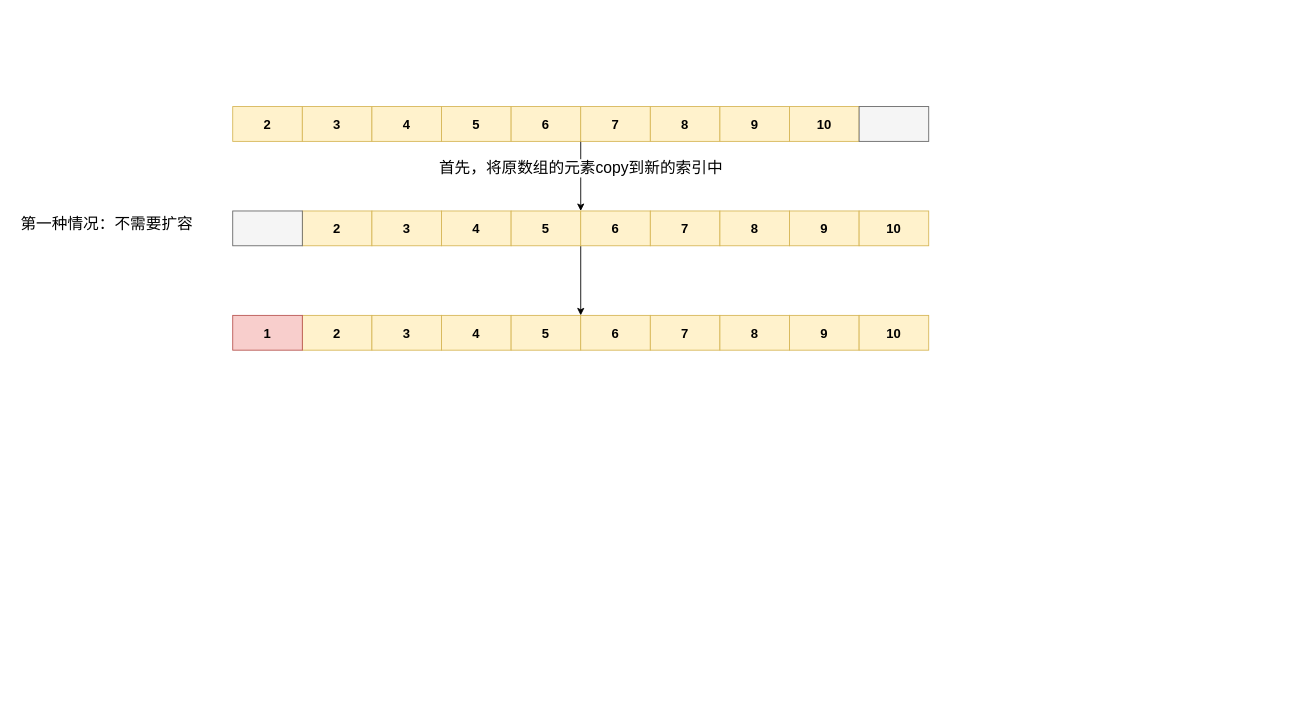
The draw.io diagram typora/JavaSE/6 集合/drawio/ArrayList尾部新增元素.drawio in LDChing0321/JavaLearn, before the edit. Source tidied: cells renumbered, new cells numbered last; positions are measured from the earlier drawing's top-left corner, leaving out a move shared by most shapes. Both pictures are drawn from the tidied source at 87%, with x=0, y=0 at pixel (15, 106).
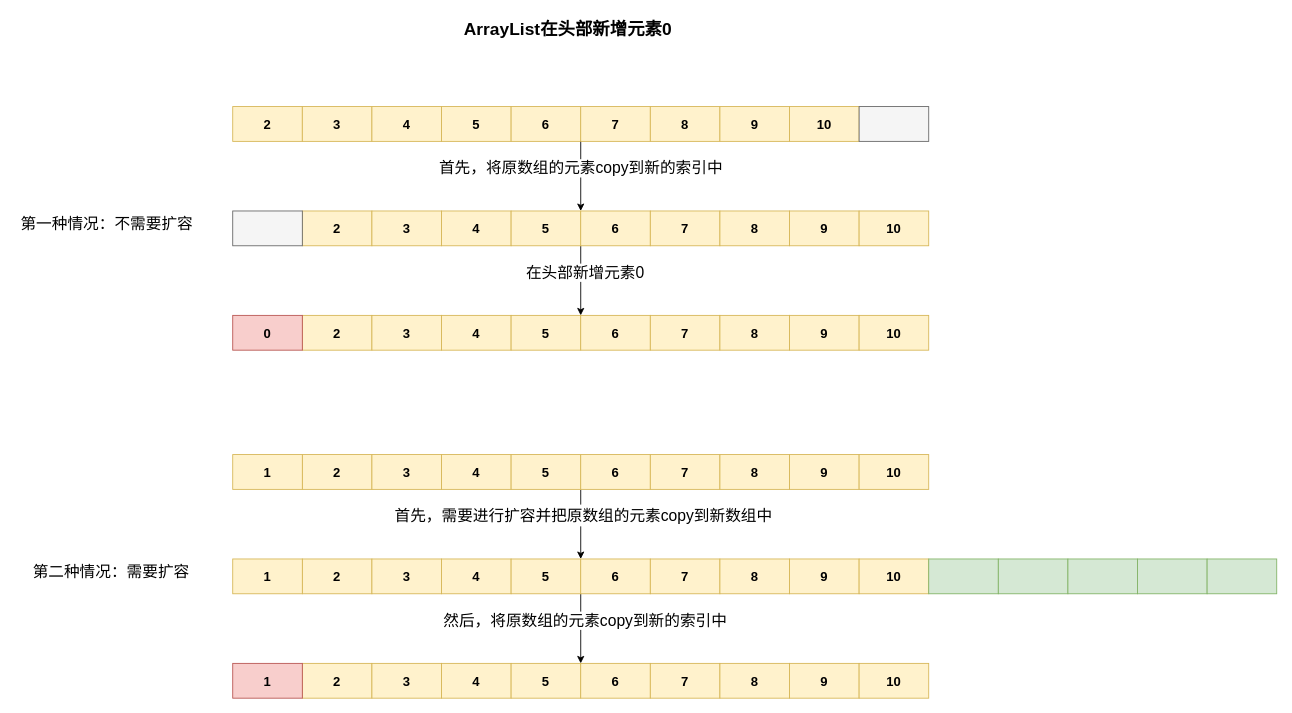
Above is the later version.

Commit message (it also covers changes not shown here):
Update ArrayList尾部新增元素.drawio

Unchanged cells that the change refers to:
```xml
<mxCell id="18" style="edgeStyle=orthogonalEdgeStyle;rounded=0;jettySize=auto;html=1;exitX=1;exitY=1;exitDx=0;exitDy=0;entryX=0;entryY=0;entryDx=0;entryDy=0;fontSize=15;" parent="1" edge="1" source="19" target="30">
  <mxGeometry relative="1" as="geometry" />
</mxCell>
```

Diff of the diagram source:
```diff
@@
+    <mxCell id="37" value="在头部新增元素0" style="edgeLabel;html=1;align=center;verticalAlign=middle;fontSize=18;" parent="18" vertex="1">
+      <mxGeometry x="-0.25" y="4" relative="1" as="geometry" />
+    </mxCell>
@@
-    <mxCell id="35" value="1" style="rounded=0;whiteSpace=wrap;html=1;fontStyle=1;fontSize=15;fillColor=#f8cecc;strokeColor=#b85450;" parent="1" vertex="1">
+    <mxCell id="35" value="0" style="rounded=0;whiteSpace=wrap;html=1;fontStyle=1;fontSize=15;fillColor=#f8cecc;strokeColor=#b85450;" parent="1" vertex="1">
       <mxGeometry x="250" y="240" width="80" height="40" as="geometry" />
     </mxCell>
@@
+    <mxCell id="38" value="ArrayList在头部新增元素0" style="text;html=1;align=center;verticalAlign=middle;strokeColor=none;fontSize=20;fontStyle=1;" parent="1" vertex="1">
+      <mxGeometry x="510" y="-105" width="250" height="30" as="geometry" />
+    </mxCell>
+    <mxCell id="39" value="&lt;font style=&quot;vertical-align: inherit; font-size: 15px;&quot;&gt;&lt;font style=&quot;vertical-align: inherit; font-size: 15px;&quot;&gt;2&lt;/font&gt;&lt;/font&gt;" style="rounded=0;whiteSpace=wrap;html=1;fontStyle=1;fontSize=15;fillColor=#fff2cc;strokeColor=#d6b656;" parent="1" vertex="1">
+      <mxGeometry x="330" y="400" width="80" height="40" as="geometry" />
+    </mxCell>
+    <mxCell id="40" value="3" style="rounded=0;whiteSpace=wrap;html=1;fontStyle=1;fontSize=15;fillColor=#fff2cc;strokeColor=#d6b656;" parent="1" vertex="1">
+      <mxGeometry x="410" y="400" width="80" height="40" as="geometry" />
+    </mxCell>
+    <mxCell id="41" value="4" style="rounded=0;whiteSpace=wrap;html=1;fontStyle=1;fontSize=15;fillColor=#fff2cc;strokeColor=#d6b656;" parent="1" vertex="1">
+      <mxGeometry x="490" y="400" width="80" height="40" as="geometry" />
+    </mxCell>
+    <mxCell id="42" style="edgeStyle=orthogonalEdgeStyle;rounded=0;jettySize=auto;html=1;exitX=1;exitY=1;exitDx=0;exitDy=0;entryX=1;entryY=0;entryDx=0;entryDy=0;fontSize=20;" parent="1" edge="1" source="44" target="56">
+      <mxGeometry relative="1" as="geometry" />
+    </mxCell>
+    <mxCell id="43" value="&lt;span style=&quot;font-size: 18px&quot;&gt;首先，需要进行扩容并把原数组的元素copy到新数组中&lt;/span&gt;" style="edgeLabel;html=1;align=center;verticalAlign=middle;fontSize=20;" parent="42" vertex="1">
+      <mxGeometry x="-0.27" y="2" relative="1" as="geometry" />
+    </mxCell>
+    <mxCell id="44" value="5" style="rounded=0;whiteSpace=wrap;html=1;fontStyle=1;fontSize=15;fillColor=#fff2cc;strokeColor=#d6b656;" parent="1" vertex="1">
+      <mxGeometry x="570" y="400" width="80" height="40" as="geometry" />
+    </mxCell>
+    <mxCell id="45" value="6" style="rounded=0;whiteSpace=wrap;html=1;fontStyle=1;fontSize=15;fillColor=#fff2cc;strokeColor=#d6b656;" parent="1" vertex="1">
+      <mxGeometry x="650" y="400" width="80" height="40" as="geometry" />
+    </mxCell>
+    <mxCell id="46" value="7" style="rounded=0;whiteSpace=wrap;html=1;fontStyle=1;fontSize=15;fillColor=#fff2cc;strokeColor=#d6b656;" parent="1" vertex="1">
+      <mxGeometry x="730" y="400" width="80" height="40" as="geometry" />
+    </mxCell>
+    <mxCell id="47" value="8" style="rounded=0;whiteSpace=wrap;html=1;fontStyle=1;fontSize=15;fillColor=#fff2cc;strokeColor=#d6b656;" parent="1" vertex="1">
+      <mxGeometry x="810" y="400" width="80" height="40" as="geometry" />
+    </mxCell>
+    <mxCell id="48" value="9" style="rounded=0;whiteSpace=wrap;html=1;fontStyle=1;fontSize=15;fillColor=#fff2cc;strokeColor=#d6b656;" parent="1" vertex="1">
+      <mxGeometry x="890" y="400" width="80" height="40" as="geometry" />
+    </mxCell>
+    <mxCell id="49" value="&lt;font style=&quot;vertical-align: inherit; font-size: 15px;&quot;&gt;&lt;font style=&quot;vertical-align: inherit; font-size: 15px;&quot;&gt;10&lt;/font&gt;&lt;/font&gt;" style="rounded=0;whiteSpace=wrap;html=1;fontStyle=1;fontSize=15;fillColor=#fff2cc;strokeColor=#d6b656;" parent="1" vertex="1">
+      <mxGeometry x="970" y="400" width="80" height="40" as="geometry" />
+    </mxCell>
+    <mxCell id="50" value="1" style="rounded=0;whiteSpace=wrap;html=1;fontStyle=1;fontSize=15;fillColor=#fff2cc;strokeColor=#d6b656;" parent="1" vertex="1">
+      <mxGeometry x="250" y="400" width="80" height="40" as="geometry" />
+    </mxCell>
+    <mxCell id="51" value="&lt;font style=&quot;vertical-align: inherit; font-size: 15px;&quot;&gt;&lt;font style=&quot;vertical-align: inherit; font-size: 15px;&quot;&gt;2&lt;/font&gt;&lt;/font&gt;" style="rounded=0;whiteSpace=wrap;html=1;fontStyle=1;fontSize=15;fillColor=#fff2cc;strokeColor=#d6b656;" parent="1" vertex="1">
+      <mxGeometry x="330" y="520" width="80" height="40" as="geometry" />
+    </mxCell>
+    <mxCell id="52" value="3" style="rounded=0;whiteSpace=wrap;html=1;fontStyle=1;fontSize=15;fillColor=#fff2cc;strokeColor=#d6b656;" parent="1" vertex="1">
+      <mxGeometry x="410" y="520" width="80" height="40" as="geometry" />
+    </mxCell>
+    <mxCell id="53" value="4" style="rounded=0;whiteSpace=wrap;html=1;fontStyle=1;fontSize=15;fillColor=#fff2cc;strokeColor=#d6b656;" parent="1" vertex="1">
+      <mxGeometry x="490" y="520" width="80" height="40" as="geometry" />
+    </mxCell>
+    <mxCell id="54" style="edgeStyle=orthogonalEdgeStyle;rounded=0;jettySize=auto;html=1;exitX=1;exitY=1;exitDx=0;exitDy=0;entryX=0;entryY=0;entryDx=0;entryDy=0;fontSize=15;" parent="1" edge="1" source="56" target="67">
+      <mxGeometry relative="1" as="geometry" />
+    </mxCell>
+    <mxCell id="55" value="然后，将原数组的元素copy到新的索引中" style="edgeLabel;html=1;align=center;verticalAlign=middle;fontSize=18;" parent="54" vertex="1">
+      <mxGeometry x="-0.25" y="4" relative="1" as="geometry" />
+    </mxCell>
+    <mxCell id="56" value="5" style="rounded=0;whiteSpace=wrap;html=1;fontStyle=1;fontSize=15;fillColor=#fff2cc;strokeColor=#d6b656;" parent="1" vertex="1">
+      <mxGeometry x="570" y="520" width="80" height="40" as="geometry" />
+    </mxCell>
+    <mxCell id="57" value="6" style="rounded=0;whiteSpace=wrap;html=1;fontStyle=1;fontSize=15;fillColor=#fff2cc;strokeColor=#d6b656;" parent="1" vertex="1">
+      <mxGeometry x="650" y="520" width="80" height="40" as="geometry" />
+    </mxCell>
+    <mxCell id="58" value="7" style="rounded=0;whiteSpace=wrap;html=1;fontStyle=1;fontSize=15;fillColor=#fff2cc;strokeColor=#d6b656;" parent="1" vertex="1">
+      <mxGeometry x="730" y="520" width="80" height="40" as="geometry" />
+    </mxCell>
+    <mxCell id="59" value="8" style="rounded=0;whiteSpace=wrap;html=1;fontStyle=1;fontSize=15;fillColor=#fff2cc;strokeColor=#d6b656;" parent="1" vertex="1">
+      <mxGeometry x="810" y="520" width="80" height="40" as="geometry" />
+    </mxCell>
+    <mxCell id="60" value="9" style="rounded=0;whiteSpace=wrap;html=1;fontStyle=1;fontSize=15;fillColor=#fff2cc;strokeColor=#d6b656;" parent="1" vertex="1">
+      <mxGeometry x="890" y="520" width="80" height="40" as="geometry" />
+    </mxCell>
+    <mxCell id="61" value="&lt;font style=&quot;vertical-align: inherit; font-size: 15px;&quot;&gt;&lt;font style=&quot;vertical-align: inherit; font-size: 15px;&quot;&gt;10&lt;/font&gt;&lt;/font&gt;" style="rounded=0;whiteSpace=wrap;html=1;fontStyle=1;fontSize=15;fillColor=#fff2cc;strokeColor=#d6b656;" parent="1" vertex="1">
+      <mxGeometry x="970" y="520" width="80" height="40" as="geometry" />
+    </mxCell>
+    <mxCell id="62" value="1" style="rounded=0;whiteSpace=wrap;html=1;fontStyle=1;fontSize=15;fillColor=#fff2cc;strokeColor=#d6b656;" parent="1" vertex="1">
+      <mxGeometry x="250" y="520" width="80" height="40" as="geometry" />
+    </mxCell>
+    <mxCell id="63" value="&lt;font style=&quot;vertical-align: inherit; font-size: 15px;&quot;&gt;&lt;font style=&quot;vertical-align: inherit; font-size: 15px;&quot;&gt;2&lt;/font&gt;&lt;/font&gt;" style="rounded=0;whiteSpace=wrap;html=1;fontStyle=1;fontSize=15;fillColor=#fff2cc;strokeColor=#d6b656;" parent="1" vertex="1">
+      <mxGeometry x="330" y="640" width="80" height="40" as="geometry" />
+    </mxCell>
+    <mxCell id="64" value="3" style="rounded=0;whiteSpace=wrap;html=1;fontStyle=1;fontSize=15;fillColor=#fff2cc;strokeColor=#d6b656;" parent="1" vertex="1">
+      <mxGeometry x="410" y="640" width="80" height="40" as="geometry" />
+    </mxCell>
+    <mxCell id="65" value="4" style="rounded=0;whiteSpace=wrap;html=1;fontStyle=1;fontSize=15;fillColor=#fff2cc;strokeColor=#d6b656;" parent="1" vertex="1">
+      <mxGeometry x="490" y="640" width="80" height="40" as="geometry" />
+    </mxCell>
+    <mxCell id="66" value="5" style="rounded=0;whiteSpace=wrap;html=1;fontStyle=1;fontSize=15;fillColor=#fff2cc;strokeColor=#d6b656;" parent="1" vertex="1">
+      <mxGeometry x="570" y="640" width="80" height="40" as="geometry" />
+    </mxCell>
+    <mxCell id="67" value="6" style="rounded=0;whiteSpace=wrap;html=1;fontStyle=1;fontSize=15;fillColor=#fff2cc;strokeColor=#d6b656;" parent="1" vertex="1">
+      <mxGeometry x="650" y="640" width="80" height="40" as="geometry" />
+    </mxCell>
+    <mxCell id="68" value="7" style="rounded=0;whiteSpace=wrap;html=1;fontStyle=1;fontSize=15;fillColor=#fff2cc;strokeColor=#d6b656;" parent="1" vertex="1">
+      <mxGeometry x="730" y="640" width="80" height="40" as="geometry" />
+    </mxCell>
+    <mxCell id="69" value="8" style="rounded=0;whiteSpace=wrap;html=1;fontStyle=1;fontSize=15;fillColor=#fff2cc;strokeColor=#d6b656;" parent="1" vertex="1">
+      <mxGeometry x="810" y="640" width="80" height="40" as="geometry" />
+    </mxCell>
+    <mxCell id="70" value="9" style="rounded=0;whiteSpace=wrap;html=1;fontStyle=1;fontSize=15;fillColor=#fff2cc;strokeColor=#d6b656;" parent="1" vertex="1">
+      <mxGeometry x="890" y="640" width="80" height="40" as="geometry" />
+    </mxCell>
+    <mxCell id="71" value="&lt;font style=&quot;vertical-align: inherit; font-size: 15px;&quot;&gt;&lt;font style=&quot;vertical-align: inherit; font-size: 15px;&quot;&gt;10&lt;/font&gt;&lt;/font&gt;" style="rounded=0;whiteSpace=wrap;html=1;fontStyle=1;fontSize=15;fillColor=#fff2cc;strokeColor=#d6b656;" parent="1" vertex="1">
+      <mxGeometry x="970" y="640" width="80" height="40" as="geometry" />
+    </mxCell>
+    <mxCell id="72" value="1" style="rounded=0;whiteSpace=wrap;html=1;fontStyle=1;fontSize=15;fillColor=#f8cecc;strokeColor=#b85450;" parent="1" vertex="1">
+      <mxGeometry x="250" y="640" width="80" height="40" as="geometry" />
+    </mxCell>
+    <mxCell id="73" value="第二种情况：需要扩容" style="text;html=1;align=center;verticalAlign=middle;strokeColor=none;fontSize=18;" parent="1" vertex="1">
+      <mxGeometry x="10" y="520" width="200" height="30" as="geometry" />
+    </mxCell>
+    <mxCell id="74" style="rounded=0;whiteSpace=wrap;html=1;fontStyle=1;fontSize=15;fillColor=#d5e8d4;strokeColor=#82b366;" parent="1" vertex="1">
+      <mxGeometry x="1050" y="520" width="80" height="40" as="geometry" />
+    </mxCell>
+    <mxCell id="75" style="rounded=0;whiteSpace=wrap;html=1;fontStyle=1;fontSize=15;fillColor=#d5e8d4;strokeColor=#82b366;" parent="1" vertex="1">
+      <mxGeometry x="1130" y="520" width="80" height="40" as="geometry" />
+    </mxCell>
+    <mxCell id="76" style="rounded=0;whiteSpace=wrap;html=1;fontStyle=1;fontSize=15;fillColor=#d5e8d4;strokeColor=#82b366;" parent="1" vertex="1">
+      <mxGeometry x="1210" y="520" width="80" height="40" as="geometry" />
+    </mxCell>
+    <mxCell id="77" style="rounded=0;whiteSpace=wrap;html=1;fontStyle=1;fontSize=15;fillColor=#d5e8d4;strokeColor=#82b366;" parent="1" vertex="1">
+      <mxGeometry x="1290" y="520" width="80" height="40" as="geometry" />
+    </mxCell>
+    <mxCell id="78" style="rounded=0;whiteSpace=wrap;html=1;fontStyle=1;fontSize=15;fillColor=#d5e8d4;strokeColor=#82b366;" parent="1" vertex="1">
+      <mxGeometry x="1370" y="520" width="80" height="40" as="geometry" />
+    </mxCell>
```
